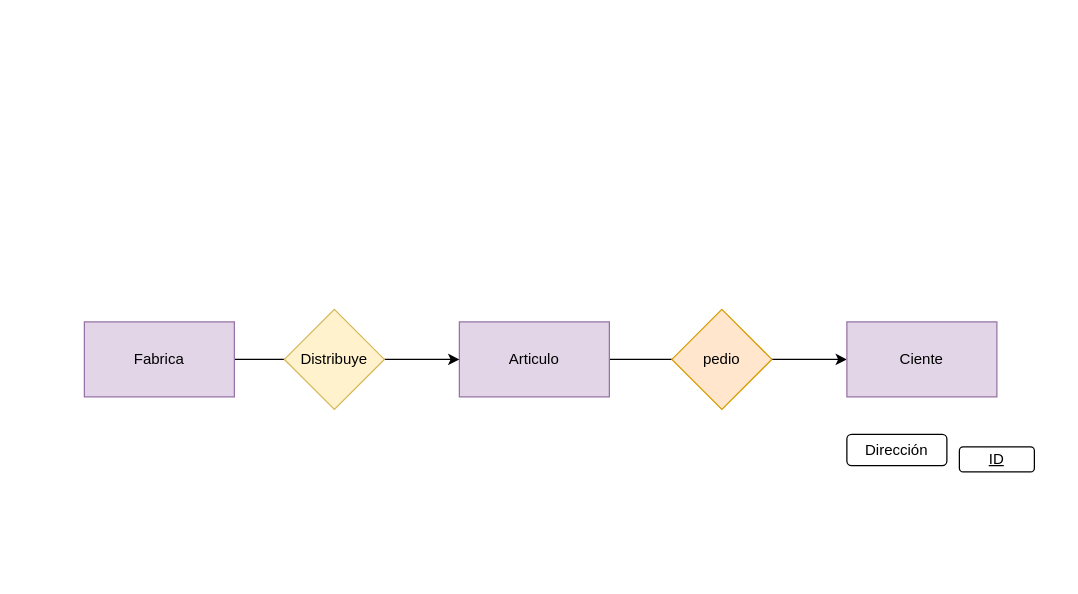
Before: Unidad-1/tarea-2/Diagrama sin título.drawio in nicholelouis/Base-datos, a draw.io diagram. Source tidied: cells renumbered, new cells numbered last; positions are measured from the earlier drawing's top-left corner, leaving out a move shared by most shapes. Both pictures are drawn from the tidied source at 125%, with x=0, y=0 at pixel (84, 309).
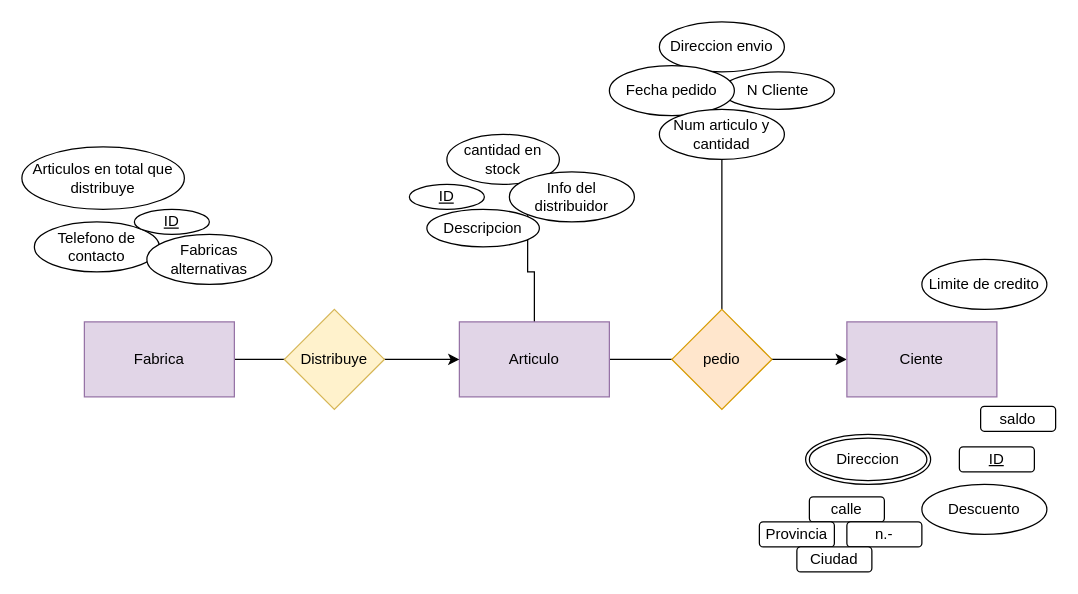
The same page after the edit.

The change refers to these unchanged cells:
```xml
<mxCell id="3" value="Articulo" style="rounded=0;whiteSpace=wrap;html=1;fillColor=#e1d5e7;strokeColor=#9673a6;" parent="1" vertex="1">
  <mxGeometry x="300" y="10" width="120" height="60" as="geometry" />
</mxCell>
<mxCell id="4" value="pedio" style="rhombus;whiteSpace=wrap;html=1;fillColor=#ffe6cc;strokeColor=#d79b00;" parent="1" vertex="1">
  <mxGeometry x="470" width="80" height="80" as="geometry" />
</mxCell>
```

What changed in the source:
```diff
@@
+    <mxCell id="11" style="edgeStyle=orthogonalEdgeStyle;rounded=0;jettySize=auto;html=1;entryX=0;entryY=1;entryDx=0;entryDy=0;" parent="1" edge="1" source="3" target="27">
+      <mxGeometry relative="1" as="geometry" />
+    </mxCell>
@@
+    <mxCell id="12" style="edgeStyle=orthogonalEdgeStyle;rounded=0;jettySize=auto;html=1;exitX=0.5;exitY=0;exitDx=0;exitDy=0;" parent="1" edge="1" source="4">
+      <mxGeometry relative="1" as="geometry">
+        <mxPoint x="510" y="-160" as="targetPoint" />
+      </mxGeometry>
+    </mxCell>
@@
-    <mxCell id="10" value="Dirección" style="rounded=1;whiteSpace=wrap;html=1;" parent="1" vertex="1">
-      <mxGeometry x="610" y="100" width="80" height="25" as="geometry" />
-    </mxCell>
+    <mxCell id="13" value="calle" style="rounded=1;whiteSpace=wrap;html=1;" parent="1" vertex="1">
+      <mxGeometry x="580" y="150" width="60" height="20" as="geometry" />
+    </mxCell>
+    <mxCell id="14" value="n.-" style="rounded=1;whiteSpace=wrap;html=1;" parent="1" vertex="1">
+      <mxGeometry x="610" y="170" width="60" height="20" as="geometry" />
+    </mxCell>
+    <mxCell id="15" value="Provincia" style="rounded=1;whiteSpace=wrap;html=1;" parent="1" vertex="1">
+      <mxGeometry x="540" y="170" width="60" height="20" as="geometry" />
+    </mxCell>
+    <mxCell id="16" value="Ciudad" style="rounded=1;whiteSpace=wrap;html=1;" parent="1" vertex="1">
+      <mxGeometry x="570" y="190" width="60" height="20" as="geometry" />
+    </mxCell>
+    <mxCell id="17" value="saldo" style="rounded=1;whiteSpace=wrap;html=1;" parent="1" vertex="1">
+      <mxGeometry x="717" y="77.5" width="60" height="20" as="geometry" />
+    </mxCell>
+    <mxCell id="18" value="Direccion" style="ellipse;shape=doubleEllipse;margin=3;whiteSpace=wrap;html=1;align=center;" parent="1" vertex="1">
+      <mxGeometry x="577" y="100" width="100" height="40" as="geometry" />
+    </mxCell>
+    <mxCell id="19" value="Limite de credito" style="ellipse;whiteSpace=wrap;html=1;align=center;" parent="1" vertex="1">
+      <mxGeometry x="670" y="-40" width="100" height="40" as="geometry" />
+    </mxCell>
+    <mxCell id="20" value="Descuento" style="ellipse;whiteSpace=wrap;html=1;align=center;" parent="1" vertex="1">
+      <mxGeometry x="670" y="140" width="100" height="40" as="geometry" />
+    </mxCell>
+    <mxCell id="21" value="N Cliente" style="ellipse;whiteSpace=wrap;html=1;align=center;" parent="1" vertex="1">
+      <mxGeometry x="510" y="-190" width="90" height="30" as="geometry" />
+    </mxCell>
+    <mxCell id="22" value="Direccion envio" style="ellipse;whiteSpace=wrap;html=1;align=center;" parent="1" vertex="1">
+      <mxGeometry x="460" y="-230" width="100" height="40" as="geometry" />
+    </mxCell>
+    <mxCell id="23" value="Fecha pedido" style="ellipse;whiteSpace=wrap;html=1;align=center;" parent="1" vertex="1">
+      <mxGeometry x="420" y="-195" width="100" height="40" as="geometry" />
+    </mxCell>
+    <mxCell id="24" value="Num articulo y cantidad" style="ellipse;whiteSpace=wrap;html=1;align=center;" parent="1" vertex="1">
+      <mxGeometry x="460" y="-160" width="100" height="40" as="geometry" />
+    </mxCell>
+    <mxCell id="25" value="&lt;u&gt;ID&lt;/u&gt;" style="ellipse;whiteSpace=wrap;html=1;align=center;" parent="1" vertex="1">
+      <mxGeometry x="260" y="-100" width="60" height="20" as="geometry" />
+    </mxCell>
+    <mxCell id="26" value="cantidad en stock" style="ellipse;whiteSpace=wrap;html=1;align=center;" parent="1" vertex="1">
+      <mxGeometry x="290" y="-140" width="90" height="40" as="geometry" />
+    </mxCell>
+    <mxCell id="27" value="Info del distribuidor" style="ellipse;whiteSpace=wrap;html=1;align=center;" parent="1" vertex="1">
+      <mxGeometry x="340" y="-110" width="100" height="40" as="geometry" />
+    </mxCell>
+    <mxCell id="28" value="Descripcion" style="ellipse;whiteSpace=wrap;html=1;align=center;" parent="1" vertex="1">
+      <mxGeometry x="274" y="-80" width="90" height="30" as="geometry" />
+    </mxCell>
+    <mxCell id="29" value="Telefono de contacto" style="ellipse;whiteSpace=wrap;html=1;align=center;" parent="1" vertex="1">
+      <mxGeometry x="-40" y="-70" width="100" height="40" as="geometry" />
+    </mxCell>
+    <mxCell id="30" value="&lt;u&gt;ID&lt;/u&gt;" style="ellipse;whiteSpace=wrap;html=1;align=center;" parent="1" vertex="1">
+      <mxGeometry x="40" y="-80" width="60" height="20" as="geometry" />
+    </mxCell>
+    <mxCell id="31" value="Fabricas alternativas" style="ellipse;whiteSpace=wrap;html=1;align=center;" parent="1" vertex="1">
+      <mxGeometry x="50" y="-60" width="100" height="40" as="geometry" />
+    </mxCell>
+    <mxCell id="32" value="Articulos en total que distribuye" style="ellipse;whiteSpace=wrap;html=1;align=center;" parent="1" vertex="1">
+      <mxGeometry x="-50" y="-130" width="130" height="50" as="geometry" />
+    </mxCell>
```
